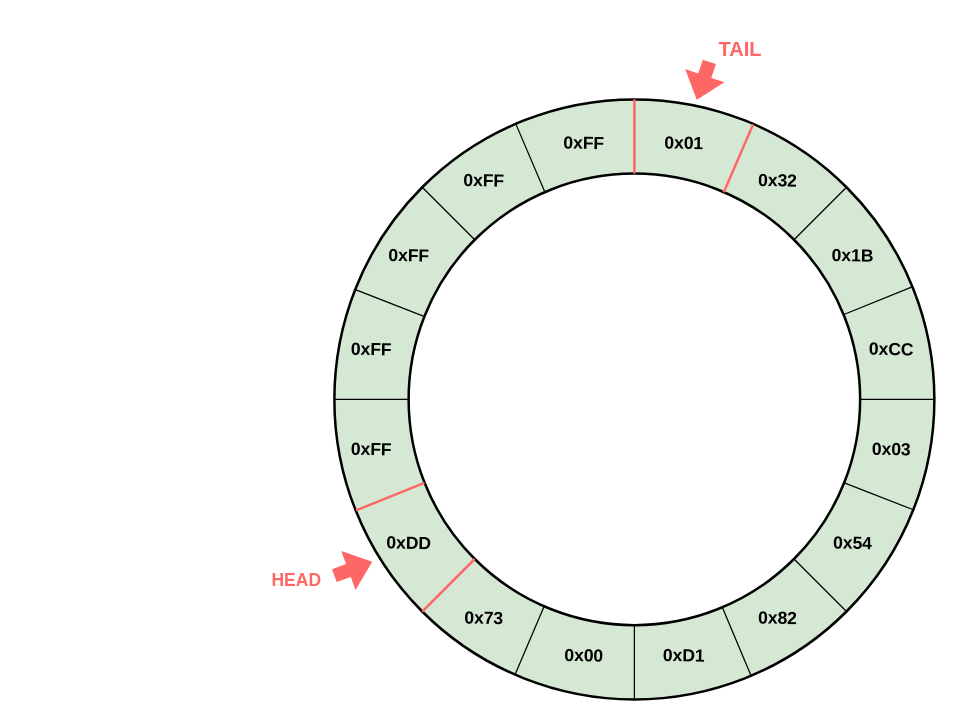
Before: diagrams/circular_buffer/circular_buffer.drawio in Doly02/thesis, a draw.io diagram. Source tidied: cells renumbered, new cells numbered last; positions are measured from the earlier drawing's top-left corner, leaving out a move shared by most shapes. Both pictures are drawn from the tidied source at 125%, with x=0, y=0 at pixel (259, 36).
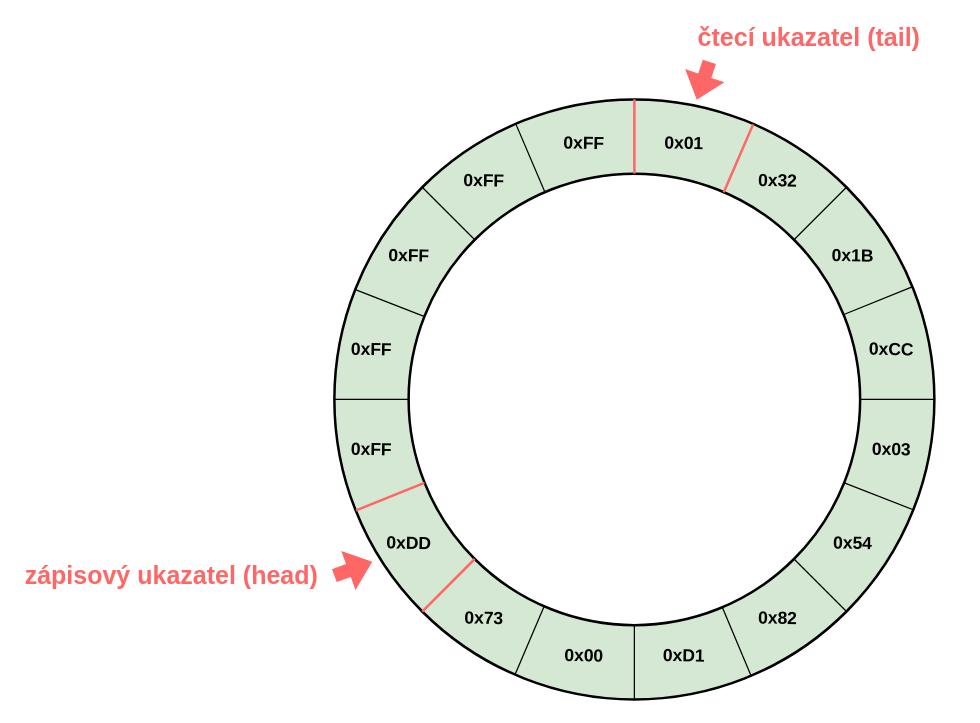
The same diagram, later.

The edit, as a diff of the source:
```diff
@@
-    <mxCell id="38" value="&lt;b&gt;&lt;font style=&quot;font-size: 14px; color: rgb(255, 102, 102);&quot;&gt;HEAD&lt;/font&gt;&lt;/b&gt;" style="text;html=1;align=center;verticalAlign=middle;whiteSpace=wrap;rounded=0;" parent="1" vertex="1">
-      <mxGeometry y="420" width="60" height="30" as="geometry" />
-    </mxCell>
-    <mxCell id="39" value="&lt;b&gt;&lt;font style=&quot;color: rgb(255, 102, 102); font-size: 16px;&quot;&gt;TAIL&lt;/font&gt;&lt;/b&gt;" style="text;html=1;align=center;verticalAlign=middle;whiteSpace=wrap;rounded=0;" parent="1" vertex="1">
-      <mxGeometry x="360" width="50" height="20" as="geometry" />
+    <mxCell id="39" value="&lt;b&gt;&lt;font style=&quot;color: rgb(255, 102, 102); font-size: 20px;&quot;&gt;čtecí ukazatel (tail)&lt;/font&gt;&lt;/b&gt;" style="text;html=1;align=center;verticalAlign=middle;whiteSpace=wrap;rounded=0;" parent="1" vertex="1">
+      <mxGeometry x="320" y="-10" width="240" height="20" as="geometry" />
     </mxCell>
+    <mxCell id="40" value="&lt;b&gt;&lt;font style=&quot;color: rgb(255, 102, 102); font-size: 20px;&quot;&gt;zápisový ukazatel (head)&lt;/font&gt;&lt;/b&gt;" style="text;html=1;align=center;verticalAlign=middle;whiteSpace=wrap;rounded=0;" parent="1" vertex="1">
+      <mxGeometry x="-190" y="420" width="240" height="20" as="geometry" />
+    </mxCell>
```
